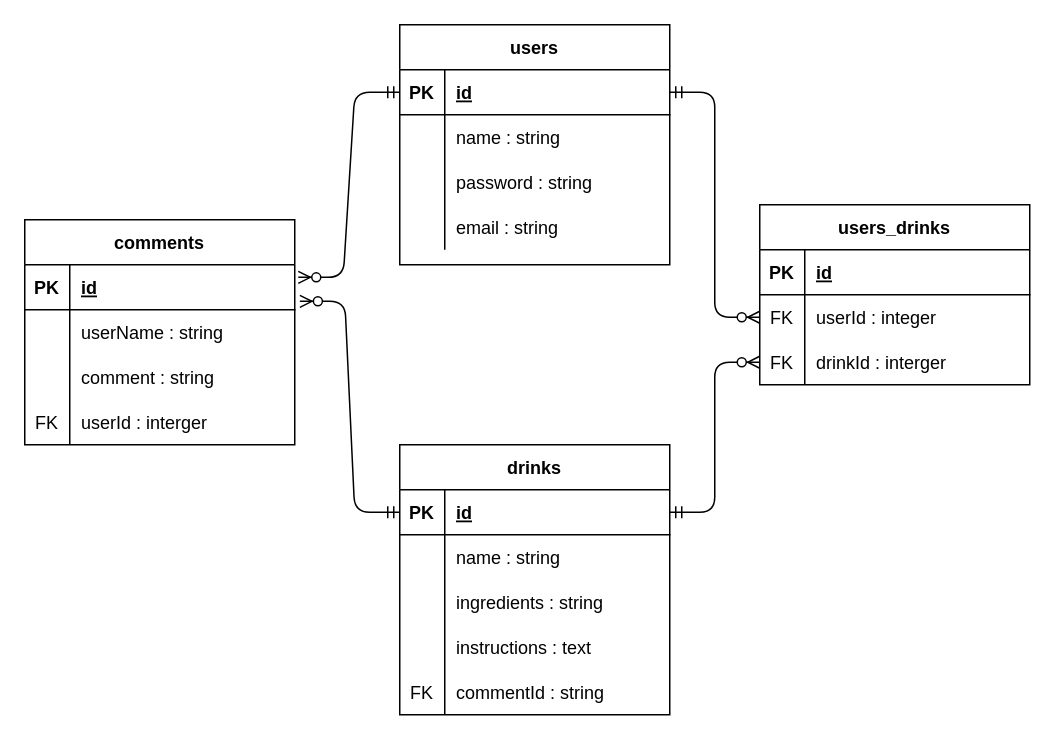
Before: proj2.drawio in aridpen/project-2, a draw.io diagram. Source tidied: cells renumbered, new cells numbered last; positions are measured from the earlier drawing's top-left corner, leaving out a move shared by most shapes. Both pictures are drawn from the tidied source at 150%, with x=0, y=0 at pixel (24, 24).
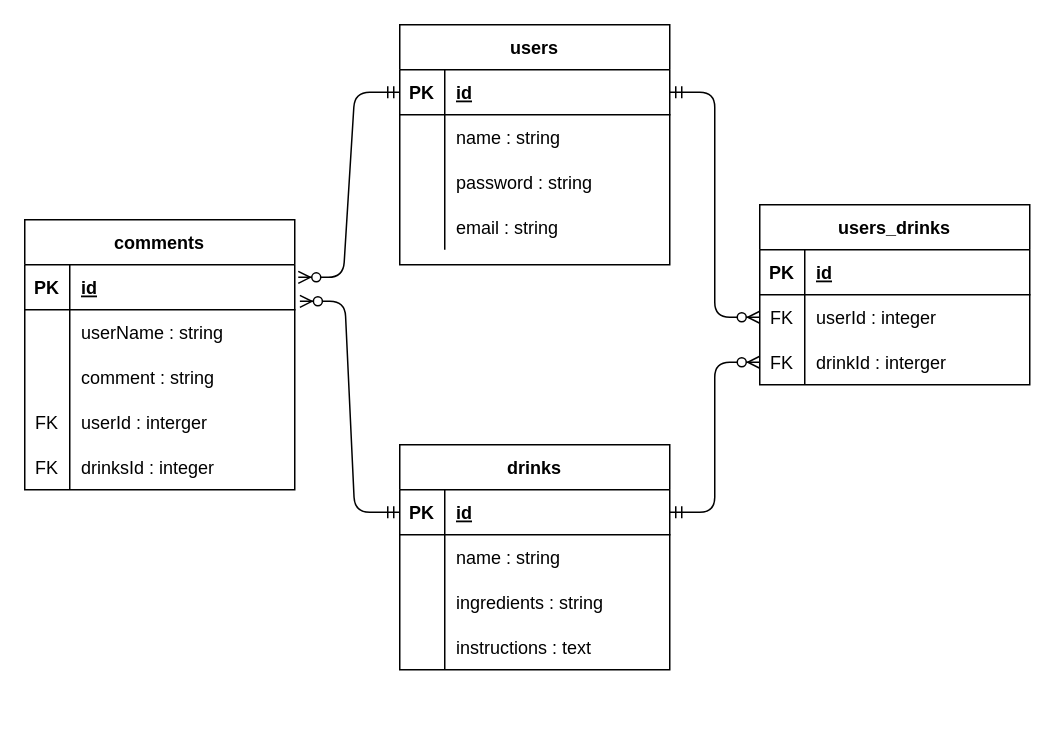
After the change.

Diff of the diagram source:
```diff
@@
     <mxCell id="2" value="drinks" style="shape=table;startSize=30;childLayout=tableLayout;rowLines=0;fontStyle=1;align=center;" parent="1" vertex="1">
-      <mxGeometry x="250" y="280" width="180" height="180" as="geometry" />
+      <mxGeometry x="250" y="280" width="180" height="150" as="geometry" />
     </mxCell>
@@
-    <mxCell id="15" style="shape=partialRectangle;fillColor=none;top=0;left=0;bottom=0;right=0;" parent="2" vertex="1">
-      <mxGeometry y="150" width="180" height="30" as="geometry" />
-    </mxCell>
-    <mxCell id="16" value="FK" style="shape=partialRectangle;fillColor=none;top=0;left=0;bottom=0;right=0;overflow=hidden;" parent="15" vertex="1">
-      <mxGeometry width="30" height="30" as="geometry" />
-    </mxCell>
-    <mxCell id="17" value="commentId : string" style="shape=partialRectangle;fillColor=none;top=0;left=0;bottom=0;right=0;align=left;spacingLeft=6;overflow=hidden;" parent="15" vertex="1">
-      <mxGeometry x="30" width="150" height="30" as="geometry" />
-    </mxCell>
@@
     <mxCell id="43" value="comments" style="shape=table;startSize=30;childLayout=tableLayout;rowLines=0;fontStyle=1;align=center;" parent="1" vertex="1">
-      <mxGeometry y="130" width="180" height="150" as="geometry" />
+      <mxGeometry y="130" width="180" height="180" as="geometry" />
     </mxCell>
@@
+    <mxCell id="15" style="shape=partialRectangle;fillColor=none;top=0;left=0;bottom=0;right=0;" parent="43" vertex="1">
+      <mxGeometry y="150" width="180" height="30" as="geometry" />
+    </mxCell>
+    <mxCell id="16" value="FK" style="shape=partialRectangle;fillColor=none;top=0;left=0;bottom=0;right=0;overflow=hidden;" parent="15" vertex="1">
+      <mxGeometry width="30" height="30" as="geometry" />
+    </mxCell>
+    <mxCell id="58" value="drinksId : integer" style="shape=partialRectangle;fillColor=none;top=0;left=0;bottom=0;right=0;align=left;spacingLeft=6;overflow=hidden;" parent="15" vertex="1">
+      <mxGeometry x="30" width="150" height="30" as="geometry" />
+    </mxCell>
```
